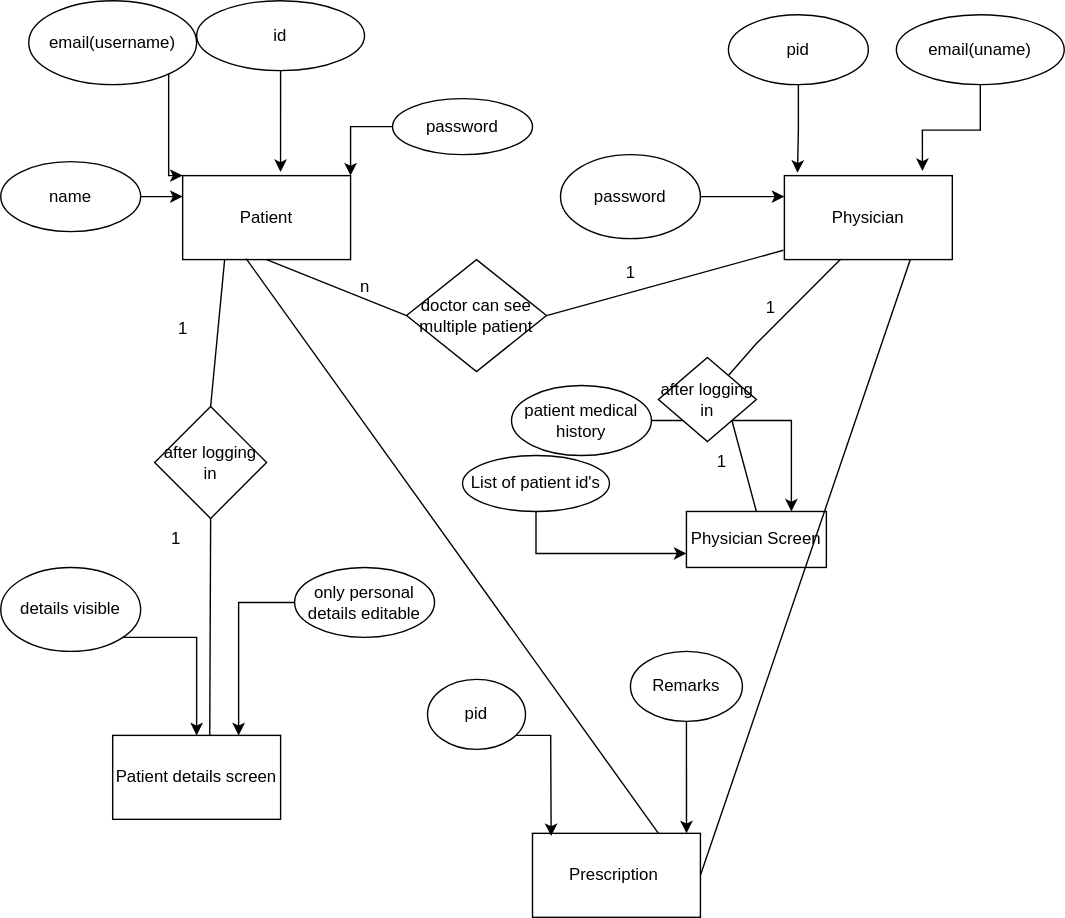
Above: MedicalProjects/ImyEye.drawio.svg in pilot-satyam/MedicalProject (draw.io), before the change. Source tidied: cells renumbered, new cells last; positions are measured from the earlier drawing's top-left corner, leaving out a move shared by most shapes.
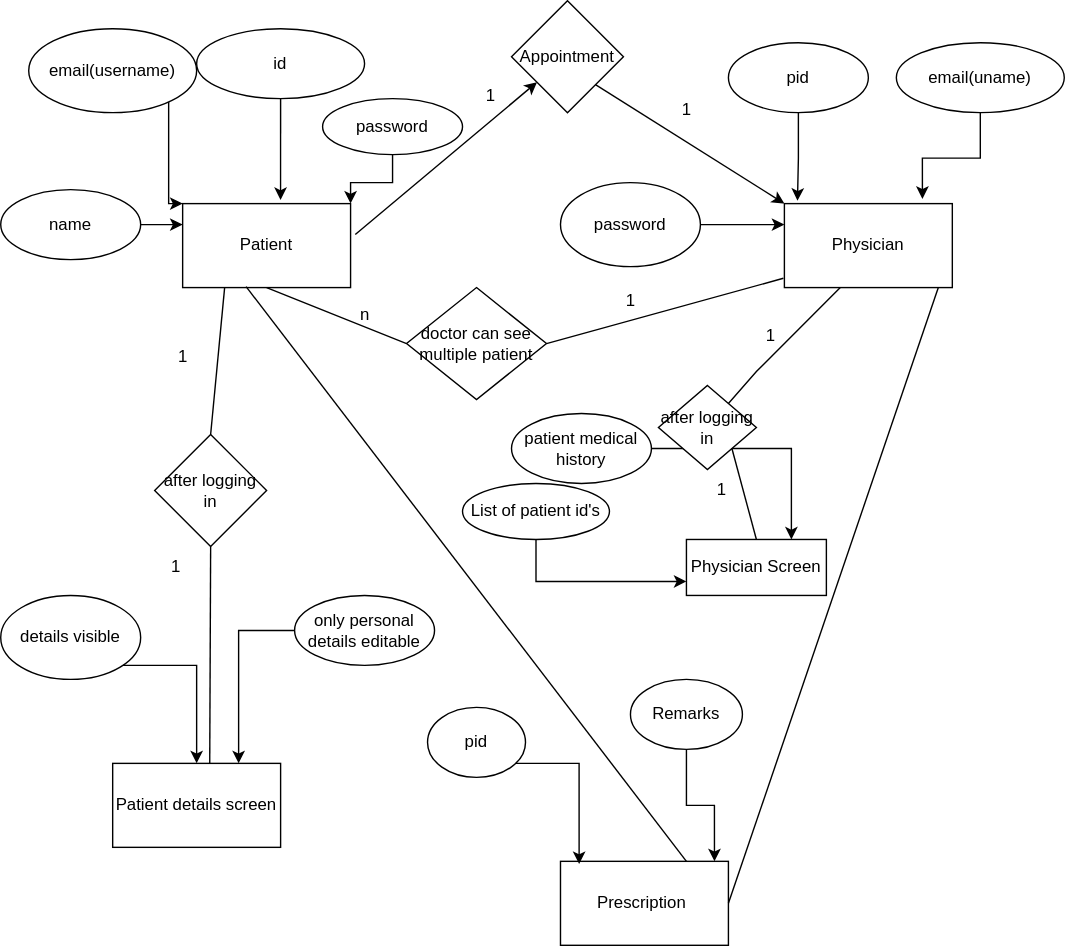
The same diagram one commit later.

What changed in the source:
```diff
@@ -36,7 +36,7 @@
       <mxGeometry relative="1" as="geometry" />
     </mxCell>
     <mxCell id="10" value="password" style="ellipse;whiteSpace=wrap;html=1;" parent="1" vertex="1">
-      <mxGeometry x="280" y="70" width="100" height="40" as="geometry" />
+      <mxGeometry x="230" y="50" width="100" height="40" as="geometry" />
     </mxCell>
     <mxCell id="11" style="edgeStyle=orthogonalEdgeStyle;rounded=0;jettySize=auto;html=1;entryX=0.078;entryY=-0.033;entryDx=0;entryDy=0;entryPerimeter=0;" parent="1" edge="1" source="12" target="13">
       <mxGeometry relative="1" as="geometry" />
@@ -152,7 +152,7 @@
       <mxGeometry x="500" y="315" width="30" height="30" as="geometry" />
     </mxCell>
     <mxCell id="43" value="Prescription&amp;nbsp;" style="rounded=0;whiteSpace=wrap;html=1;" parent="1" vertex="1">
-      <mxGeometry x="380" y="595" width="120" height="60" as="geometry" />
+      <mxGeometry x="400" y="595" width="120" height="60" as="geometry" />
     </mxCell>
     <mxCell id="44" style="edgeStyle=orthogonalEdgeStyle;rounded=0;jettySize=auto;html=1;entryX=0.111;entryY=0.033;entryDx=0;entryDy=0;entryPerimeter=0;" parent="1" edge="1" source="45" target="43">
       <mxGeometry relative="1" as="geometry">
@@ -174,8 +174,26 @@
     <mxCell id="48" style="endArrow=none;html=1;rounded=0;entryX=0.378;entryY=0.989;entryDx=0;entryDy=0;entryPerimeter=0;exitX=0.75;exitY=0;exitDx=0;exitDy=0;" parent="1" edge="1" source="43" target="2">
       <mxGeometry relative="1" as="geometry" />
     </mxCell>
-    <mxCell id="49" style="endArrow=none;html=1;rounded=0;entryX=0.75;entryY=1;entryDx=0;entryDy=0;exitX=1;exitY=0.5;exitDx=0;exitDy=0;" parent="1" edge="1" source="43" target="13">
-      <mxGeometry relative="1" as="geometry" />
+    <mxCell id="49" style="endArrow=none;html=1;rounded=0;entryX=0.75;entryY=1;entryDx=0;entryDy=0;exitX=1;exitY=0.5;exitDx=0;exitDy=0;" parent="1" edge="1">
+      <mxGeometry relative="1" as="geometry">
+        <mxPoint x="520" y="625" as="sourcePoint" />
+        <mxPoint x="670" y="185" as="targetPoint" />
+      </mxGeometry>
     </mxCell>
+    <mxCell id="50" value="Appointment" style="rhombus;whiteSpace=wrap;html=1;" parent="1" vertex="1">
+      <mxGeometry x="365" y="-20" width="80" height="80" as="geometry" />
+    </mxCell>
+    <mxCell id="51" style="endArrow=classic;html=1;rounded=0;exitX=1.028;exitY=0.367;exitDx=0;exitDy=0;exitPerimeter=0;" parent="1" edge="1" source="2" target="50">
+      <mxGeometry relative="1" as="geometry" />
+    </mxCell>
+    <mxCell id="52" style="endArrow=classic;html=1;rounded=0;exitX=1;exitY=1;exitDx=0;exitDy=0;entryX=0;entryY=0;entryDx=0;entryDy=0;" parent="1" edge="1" source="50" target="13">
+      <mxGeometry relative="1" as="geometry" />
+    </mxCell>
+    <mxCell id="53" value="1" style="text;html=1;align=center;verticalAlign=middle;strokeColor=none;fillColor=none;" parent="1" vertex="1">
+      <mxGeometry x="335" y="33" width="30" height="30" as="geometry" />
+    </mxCell>
+    <mxCell id="54" value="1" style="text;html=1;align=center;verticalAlign=middle;strokeColor=none;fillColor=none;" parent="1" vertex="1">
+      <mxGeometry x="475" y="43" width="30" height="30" as="geometry" />
+    </mxCell>
   </root>
 </mxGraphModel>
```
